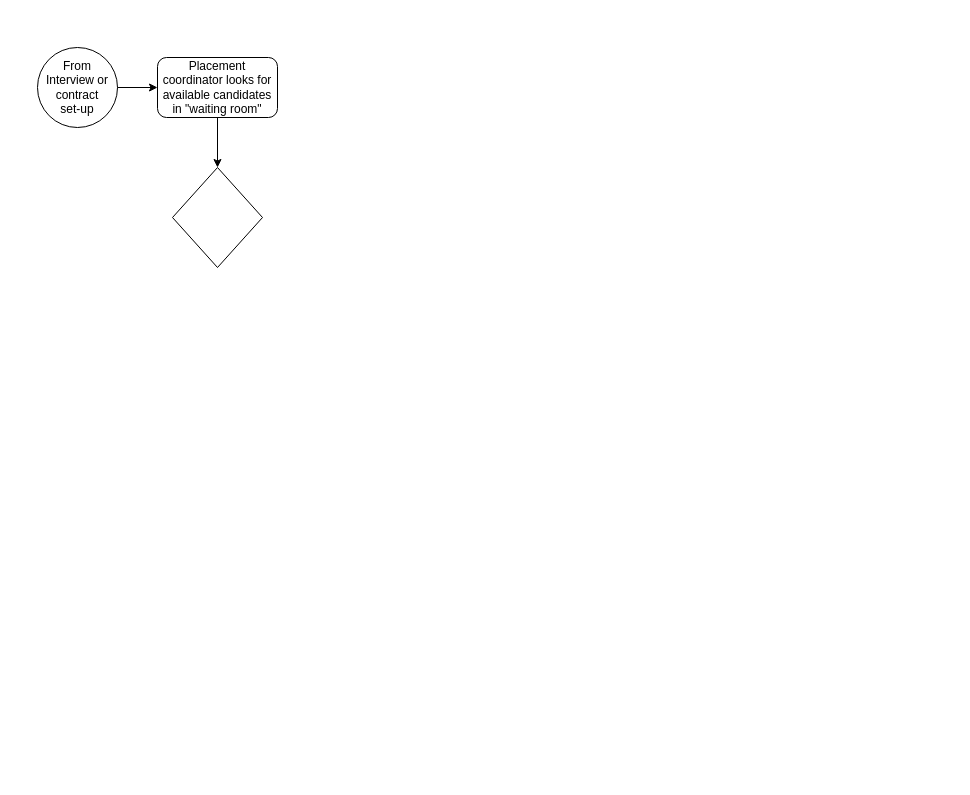
Above: Untitled Diagram.drawio in MatzKing/share-course (draw.io), before the change. Source tidied: cells renumbered, new cells numbered last; positions are measured from the earlier drawing's top-left corner, leaving out a move shared by most shapes. Both pictures are drawn from the tidied source at 100%, with x=0, y=0 at pixel (37, 47).
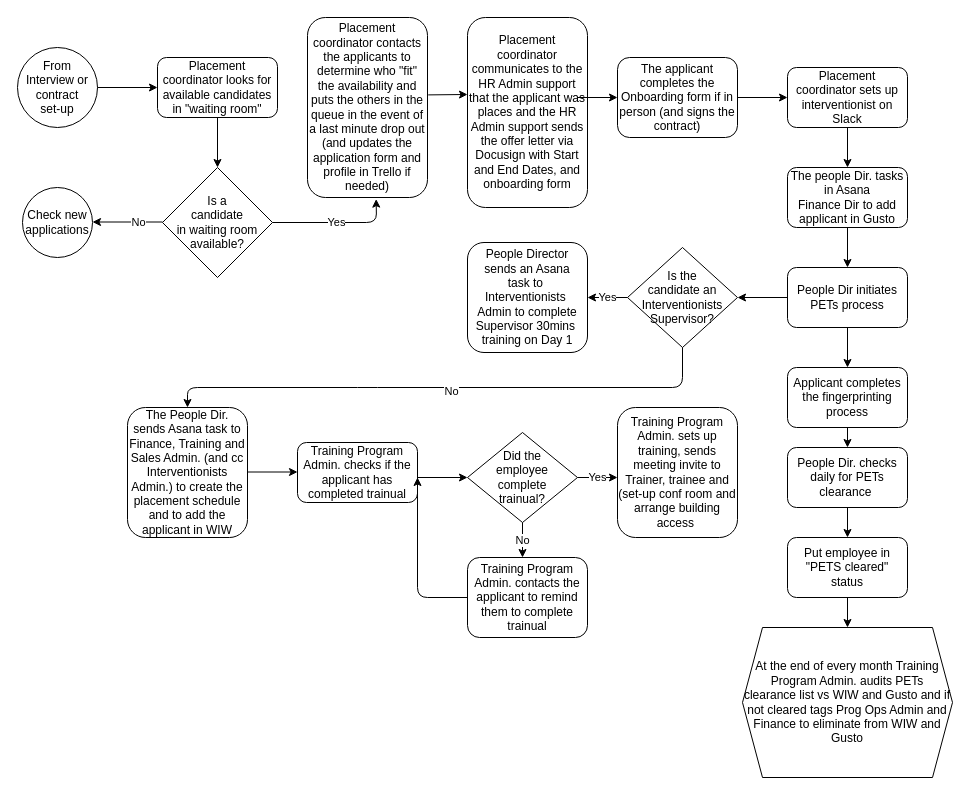
After the change.

Change to the diagram source:
```diff
@@
     <mxCell id="2" value="From Interview or contract &lt;br&gt;set-up" style="ellipse;whiteSpace=wrap;html=1;" parent="1" vertex="1">
-      <mxGeometry width="80" height="80" as="geometry" />
+      <mxGeometry x="-20" width="80" height="80" as="geometry" />
     </mxCell>
-    <mxCell id="3" style="endArrow=classic;html=1;" parent="1" edge="1">
+    <mxCell id="3" style="endArrow=classic;html=1;exitX=1;exitY=0.5;exitDx=0;exitDy=0;" parent="1" edge="1" source="2">
       <mxGeometry relative="1" as="geometry">
-        <mxPoint x="80" y="40" as="sourcePoint" />
         <mxPoint x="120" y="40" as="targetPoint" />
       </mxGeometry>
     </mxCell>
@@
-    <mxCell id="6" style="rhombus;whiteSpace=wrap;html=1;" parent="1" vertex="1">
-      <mxGeometry x="135" y="120" width="90" height="100" as="geometry" />
+    <mxCell id="6" value="Is a &lt;br&gt;candidate &lt;br&gt;in waiting room available?" style="rhombus;whiteSpace=wrap;html=1;" parent="1" vertex="1">
+      <mxGeometry x="125" y="120" width="110" height="110" as="geometry" />
     </mxCell>
+    <mxCell id="7" value="Yes" style="endArrow=classic;html=1;exitX=1;exitY=0.5;exitDx=0;exitDy=0;entryX=0.572;entryY=1.009;entryDx=0;entryDy=0;entryPerimeter=0;" parent="1" edge="1" source="6" target="11">
+      <mxGeometry relative="1" as="geometry">
+        <Array as="points">
+          <mxPoint x="339" y="175" />
+        </Array>
+      </mxGeometry>
+    </mxCell>
+    <mxCell id="8" style="endArrow=classic;html=1;" parent="1" edge="1">
+      <mxGeometry relative="1" as="geometry">
+        <mxPoint x="125" y="174.5" as="sourcePoint" />
+        <mxPoint x="55" y="174.5" as="targetPoint" />
+      </mxGeometry>
+    </mxCell>
+    <mxCell id="9" value="No" style="edgeLabel;html=1;align=center;verticalAlign=middle;" parent="8" vertex="1">
+      <mxGeometry x="-0.28" relative="1" as="geometry" />
+    </mxCell>
+    <mxCell id="10" value="Check new applications" style="ellipse;whiteSpace=wrap;html=1;" parent="1" vertex="1">
+      <mxGeometry x="-15" y="140" width="70" height="70" as="geometry" />
+    </mxCell>
+    <mxCell id="11" value="Placement coordinator contacts the applicants to determine who &quot;fit&quot;&lt;br&gt;the availability and puts the others in the queue in the event of a last minute drop out (and updates the application form and profile in Trello if needed)" style="rounded=1;whiteSpace=wrap;html=1;" parent="1" vertex="1">
+      <mxGeometry x="270" y="-30" width="120" height="180" as="geometry" />
+    </mxCell>
+    <mxCell id="12" style="endArrow=classic;html=1;exitX=1.006;exitY=0.43;exitDx=0;exitDy=0;exitPerimeter=0;" parent="1" edge="1" source="11">
+      <mxGeometry relative="1" as="geometry">
+        <mxPoint x="430" y="47" as="targetPoint" />
+      </mxGeometry>
+    </mxCell>
+    <mxCell id="13" value="Placement coordinator communicates to the HR Admin support that the applicant was places and the HR Admin support sends the offer letter via Docusign with Start and End Dates, and onboarding form" style="rounded=1;whiteSpace=wrap;html=1;" parent="1" vertex="1">
+      <mxGeometry x="430" y="-30" width="120" height="190" as="geometry" />
+    </mxCell>
+    <mxCell id="14" style="endArrow=classic;html=1;" parent="1" edge="1" target="15">
+      <mxGeometry relative="1" as="geometry">
+        <mxPoint x="540" y="50" as="sourcePoint" />
+      </mxGeometry>
+    </mxCell>
+    <mxCell id="15" value="The applicant completes the Onboarding form if in person (and signs the contract)" style="rounded=1;whiteSpace=wrap;html=1;" parent="1" vertex="1">
+      <mxGeometry x="580" y="10" width="120" height="80" as="geometry" />
+    </mxCell>
+    <mxCell id="16" style="endArrow=classic;html=1;" parent="1" edge="1">
+      <mxGeometry relative="1" as="geometry">
+        <mxPoint x="700" y="50" as="sourcePoint" />
+        <mxPoint x="750" y="50" as="targetPoint" />
+      </mxGeometry>
+    </mxCell>
+    <mxCell id="17" value="Placement coordinator sets up interventionist on Slack" style="rounded=1;whiteSpace=wrap;html=1;" parent="1" vertex="1">
+      <mxGeometry x="750" y="20" width="120" height="60" as="geometry" />
+    </mxCell>
+    <mxCell id="18" style="endArrow=classic;html=1;exitX=0.5;exitY=1;exitDx=0;exitDy=0;" parent="1" edge="1" source="17">
+      <mxGeometry relative="1" as="geometry">
+        <mxPoint x="810" y="120" as="targetPoint" />
+      </mxGeometry>
+    </mxCell>
+    <mxCell id="19" value="The people Dir. tasks in Asana&lt;br&gt;Finance Dir to add applicant in Gusto" style="rounded=1;whiteSpace=wrap;html=1;" parent="1" vertex="1">
+      <mxGeometry x="750" y="120" width="120" height="60" as="geometry" />
+    </mxCell>
+    <mxCell id="20" style="endArrow=classic;html=1;exitX=0.5;exitY=1;exitDx=0;exitDy=0;" parent="1" edge="1" source="19">
+      <mxGeometry relative="1" as="geometry">
+        <mxPoint x="810" y="220" as="targetPoint" />
+      </mxGeometry>
+    </mxCell>
+    <mxCell id="21" value="People Dir initiates PETs process" style="rounded=1;whiteSpace=wrap;html=1;" parent="1" vertex="1">
+      <mxGeometry x="750" y="220" width="120" height="60" as="geometry" />
+    </mxCell>
+    <mxCell id="22" style="endArrow=classic;html=1;exitX=0.5;exitY=1;exitDx=0;exitDy=0;" parent="1" edge="1" source="21">
+      <mxGeometry relative="1" as="geometry">
+        <mxPoint x="810" y="320" as="targetPoint" />
+      </mxGeometry>
+    </mxCell>
+    <mxCell id="23" style="endArrow=classic;html=1;exitX=0;exitY=0.5;exitDx=0;exitDy=0;" parent="1" edge="1" source="21">
+      <mxGeometry relative="1" as="geometry">
+        <mxPoint x="700" y="250" as="targetPoint" />
+      </mxGeometry>
+    </mxCell>
+    <mxCell id="24" value="Is the &lt;br&gt;candidate an Interventionists Supervisor?" style="rhombus;whiteSpace=wrap;html=1;" parent="1" vertex="1">
+      <mxGeometry x="590" y="200" width="110" height="100" as="geometry" />
+    </mxCell>
+    <mxCell id="25" value="Yes" style="endArrow=classic;html=1;exitX=0;exitY=0.5;exitDx=0;exitDy=0;" parent="1" edge="1" source="24">
+      <mxGeometry relative="1" as="geometry">
+        <mxPoint x="550" y="250" as="targetPoint" />
+      </mxGeometry>
+    </mxCell>
+    <mxCell id="26" value="People Director&lt;br&gt;sends an Asana&lt;br&gt;task to&amp;nbsp;&lt;br&gt;Interventionists&amp;nbsp;&lt;br&gt;Admin to complete&lt;br&gt;Supervisor 30mins&amp;nbsp;&lt;br&gt;training on Day 1" style="rounded=1;whiteSpace=wrap;html=1;" parent="1" vertex="1">
+      <mxGeometry x="430" y="195" width="120" height="110" as="geometry" />
+    </mxCell>
+    <mxCell id="27" style="endArrow=classic;html=1;exitX=0.5;exitY=1;exitDx=0;exitDy=0;entryX=0.5;entryY=0;entryDx=0;entryDy=0;" parent="1" edge="1" source="24" target="29">
+      <mxGeometry relative="1" as="geometry">
+        <Array as="points">
+          <mxPoint x="645" y="340" />
+          <mxPoint x="330" y="340" />
+          <mxPoint x="150" y="340" />
+        </Array>
+      </mxGeometry>
+    </mxCell>
+    <mxCell id="28" value="No" style="edgeLabel;html=1;align=center;verticalAlign=middle;" parent="27" vertex="1">
+      <mxGeometry x="-0.02" y="3" relative="1" as="geometry" />
+    </mxCell>
+    <mxCell id="29" value="The People Dir. sends Asana task to Finance, Training and Sales Admin. (and cc Interventionists Admin.) to create the placement schedule and to add the applicant in WIW" style="rounded=1;whiteSpace=wrap;html=1;" parent="1" vertex="1">
+      <mxGeometry x="90" y="360" width="120" height="130" as="geometry" />
+    </mxCell>
+    <mxCell id="30" style="endArrow=classic;html=1;" parent="1" edge="1">
+      <mxGeometry relative="1" as="geometry">
+        <mxPoint x="210" y="424.5" as="sourcePoint" />
+        <mxPoint x="260" y="424.5" as="targetPoint" />
+      </mxGeometry>
+    </mxCell>
+    <mxCell id="31" value="Training Program&lt;br&gt;Admin. checks if the applicant has completed trainual" style="rounded=1;whiteSpace=wrap;html=1;" parent="1" vertex="1">
+      <mxGeometry x="260" y="395" width="120" height="60" as="geometry" />
+    </mxCell>
+    <mxCell id="32" value="Applicant completes the fingerprinting process" style="rounded=1;whiteSpace=wrap;html=1;" parent="1" vertex="1">
+      <mxGeometry x="750" y="320" width="120" height="60" as="geometry" />
+    </mxCell>
+    <mxCell id="33" style="endArrow=classic;html=1;exitX=0.5;exitY=1;exitDx=0;exitDy=0;" parent="1" edge="1" source="32">
+      <mxGeometry relative="1" as="geometry">
+        <mxPoint x="810" y="400" as="targetPoint" />
+      </mxGeometry>
+    </mxCell>
+    <mxCell id="34" value="People Dir. checks daily for PETs clearance&amp;nbsp;" style="rounded=1;whiteSpace=wrap;html=1;" parent="1" vertex="1">
+      <mxGeometry x="750" y="400" width="120" height="60" as="geometry" />
+    </mxCell>
+    <mxCell id="35" style="endArrow=classic;html=1;exitX=0.5;exitY=1;exitDx=0;exitDy=0;" parent="1" edge="1" source="34">
+      <mxGeometry relative="1" as="geometry">
+        <mxPoint x="810" y="490" as="targetPoint" />
+      </mxGeometry>
+    </mxCell>
+    <mxCell id="36" value="Put employee in &quot;PETS cleared&quot;&lt;br&gt;status" style="rounded=1;whiteSpace=wrap;html=1;" parent="1" vertex="1">
+      <mxGeometry x="750" y="490" width="120" height="60" as="geometry" />
+    </mxCell>
+    <mxCell id="37" style="endArrow=classic;html=1;exitX=0.5;exitY=1;exitDx=0;exitDy=0;" parent="1" edge="1" source="36">
+      <mxGeometry relative="1" as="geometry">
+        <mxPoint x="810" y="580" as="targetPoint" />
+      </mxGeometry>
+    </mxCell>
+    <mxCell id="38" value="At the end of every month Training Program Admin. audits PETs clearance list vs WIW and Gusto and if not cleared tags Prog Ops Admin and Finance to eliminate from WIW and Gusto" style="shape=hexagon;perimeter=hexagonPerimeter2;whiteSpace=wrap;html=1;fixedSize=1;" parent="1" vertex="1">
+      <mxGeometry x="705" y="580" width="210" height="150" as="geometry" />
+    </mxCell>
+    <mxCell id="39" style="endArrow=classic;html=1;" parent="1" edge="1">
+      <mxGeometry relative="1" as="geometry">
+        <mxPoint x="380" y="430" as="sourcePoint" />
+        <mxPoint x="430" y="430" as="targetPoint" />
+      </mxGeometry>
+    </mxCell>
+    <mxCell id="40" value="Did the &lt;br&gt;employee &lt;br&gt;complete &lt;br&gt;trainual?" style="rhombus;whiteSpace=wrap;html=1;" parent="1" vertex="1">
+      <mxGeometry x="430" y="385" width="110" height="90" as="geometry" />
+    </mxCell>
+    <mxCell id="41" value="No" style="endArrow=classic;html=1;exitX=0.5;exitY=1;exitDx=0;exitDy=0;" parent="1" edge="1" source="40">
+      <mxGeometry relative="1" as="geometry">
+        <mxPoint x="485" y="510" as="targetPoint" />
+      </mxGeometry>
+    </mxCell>
+    <mxCell id="42" value="Yes" style="endArrow=classic;html=1;exitX=1;exitY=0.5;exitDx=0;exitDy=0;" parent="1" edge="1" source="40">
+      <mxGeometry relative="1" as="geometry">
+        <mxPoint x="580" y="430" as="targetPoint" />
+      </mxGeometry>
+    </mxCell>
+    <mxCell id="43" value="Training Program Admin. sets up training, sends meeting invite to Trainer, trainee and (set-up conf room and arrange building access&amp;nbsp;" style="rounded=1;whiteSpace=wrap;html=1;" parent="1" vertex="1">
+      <mxGeometry x="580" y="360" width="120" height="130" as="geometry" />
+    </mxCell>
+    <mxCell id="44" value="Training Program Admin. contacts the applicant to remind them to complete trainual" style="rounded=1;whiteSpace=wrap;html=1;" parent="1" vertex="1">
+      <mxGeometry x="430" y="510" width="120" height="80" as="geometry" />
+    </mxCell>
+    <mxCell id="45" style="endArrow=classic;html=1;exitX=0;exitY=0.5;exitDx=0;exitDy=0;" parent="1" edge="1" source="44">
+      <mxGeometry relative="1" as="geometry">
+        <mxPoint x="380" y="430" as="targetPoint" />
+        <Array as="points">
+          <mxPoint x="380" y="550" />
+        </Array>
+      </mxGeometry>
+    </mxCell>
```
